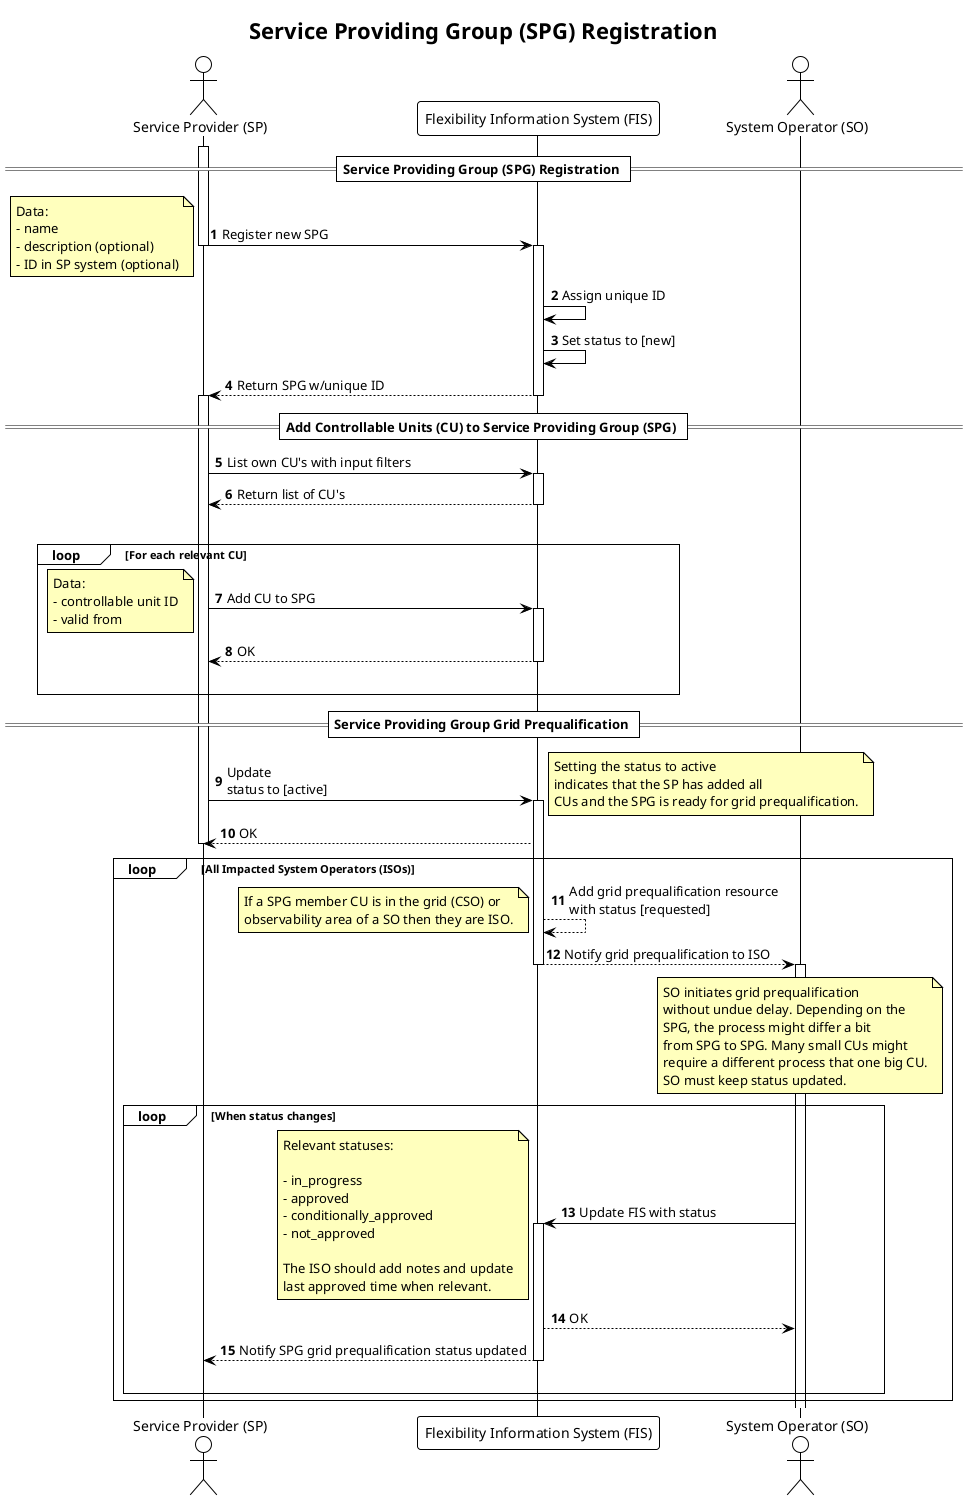
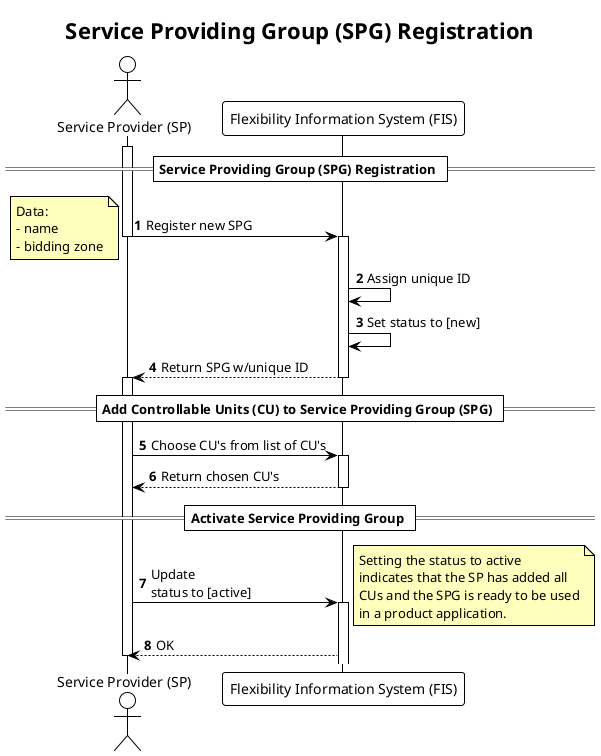
@startuml service_providing_group_registration
!theme plain

autonumber
skinparam note {
    BackgroundColor #FFFFBD
}

title Service Providing Group (SPG) Registration

actor "Service Provider (SP)" as SP
participant "Flexibility Information System (FIS)" as FIS
- actor "System Operator (SO)" as SO


== Service Providing Group (SPG) Registration ==
activate SP

SP -> FIS: Register new SPG
deactivate SP

note left
    Data:
    - name
-     - description (optional)
-     - ID in SP system (optional)
+     - bidding zone
end note

activate FIS
FIS -> FIS: Assign unique ID
FIS -> FIS: Set status to [new]
FIS --> SP: Return SPG w/unique ID
deactivate FIS
activate SP

== Add Controllable Units (CU) to Service Providing Group (SPG) ==

- SP -> FIS: List own CU's with input filters
+ SP -> FIS: Choose CU's from list of CU's
activate FIS
- FIS --> SP: Return list of CU's
+ FIS --> SP: Return chosen CU's
deactivate FIS
- |||
- loop For each relevant CU
-     SP -> FIS: Add CU to SPG
-     activate FIS
-     note left
-         Data:
-         - controllable unit ID
-         - valid from
-     end note
-     FIS --> SP: OK
-     deactivate FIS
-     |||
- end

- == Service Providing Group Grid Prequalification ==
+ == Activate Service Providing Group ==

SP -> FIS: Update\nstatus to [active]
note right
    Setting the status to active
    indicates that the SP has added all
-     CUs and the SPG is ready for grid prequalification.
+     CUs and the SPG is ready to be used
+     in a product application.
end note
activate FIS
FIS --> SP: OK
deactivate SP

- loop All Impacted System Operators (ISOs)
-     FIS --> FIS: Add grid prequalification resource\nwith status [requested]
-     note left
-         If a SPG member CU is in the grid (CSO) or
-         observability area of a SO then they are ISO.
-     end note
-     FIS --> SO: Notify grid prequalification to ISO
- 
-     deactivate FIS
-     activate SO
- 
- 
-     note over SO
-         SO initiates grid prequalification
-         without undue delay. Depending on the
-         SPG, the process might differ a bit
-         from SPG to SPG. Many small CUs might
-         require a different process that one big CU.
-         SO must keep status updated.
-     end note
-     loop When status changes
-         SO -> FIS: Update FIS with status
-         note left
-             Relevant statuses:
- 
-             - in_progress
-             - approved
-             - conditionally_approved
-             - not_approved
- 
-             The ISO should add notes and update
-             last approved time when relevant.
-         end note
-         activate FIS
-         FIS --> SO: OK
-         FIS --> SP: Notify SPG grid prequalification status updated
-         deactivate FIS
-         |||
-     end
- end
@enduml
